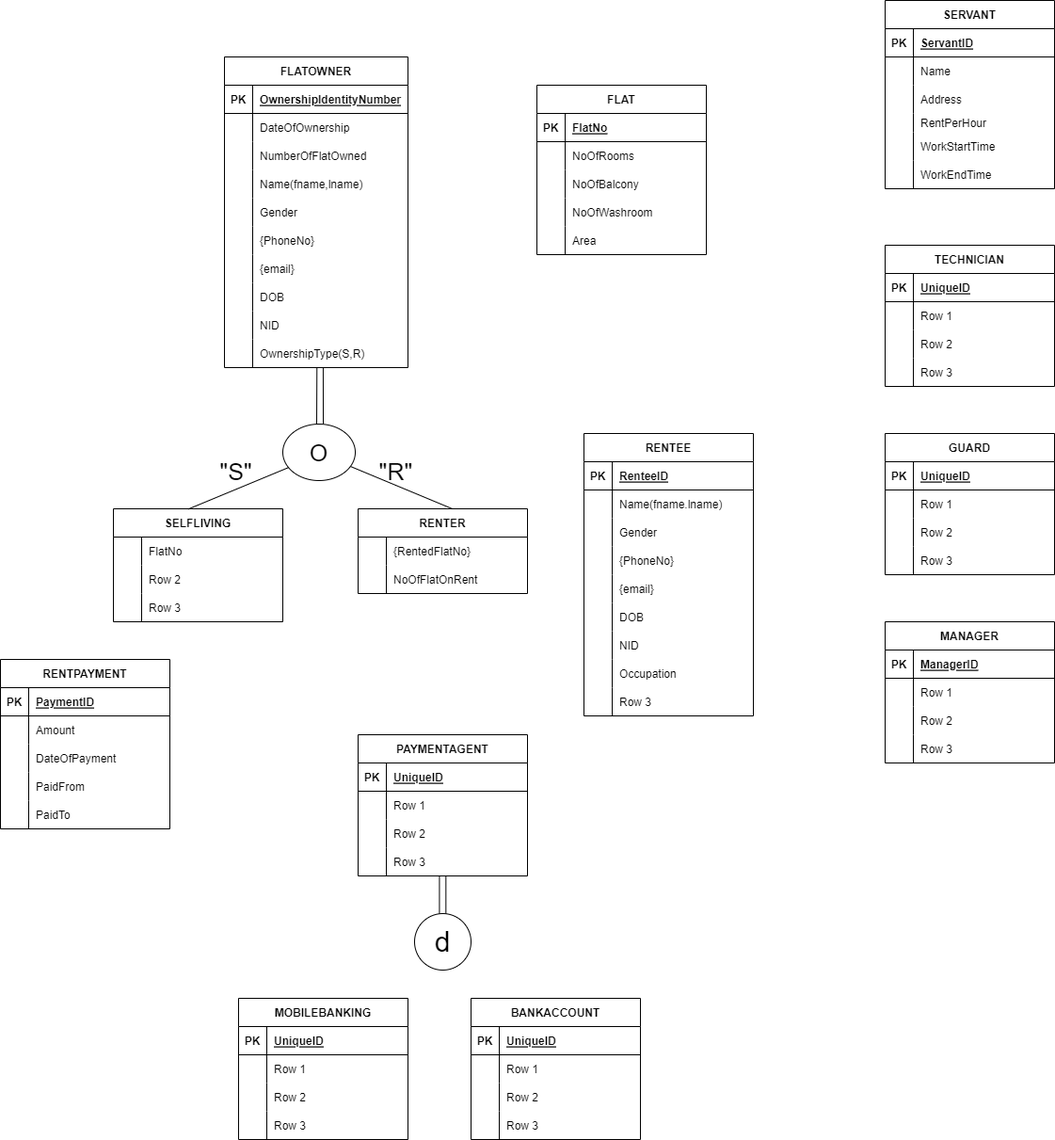
Earlier version of the draw.io export EERD.png (toushifhossain1/Residential-Management-and-Monitoring-System). Source tidied: cells renumbered, new cells last; positions are measured from the earlier drawing's top-left corner, leaving out a move shared by most shapes.
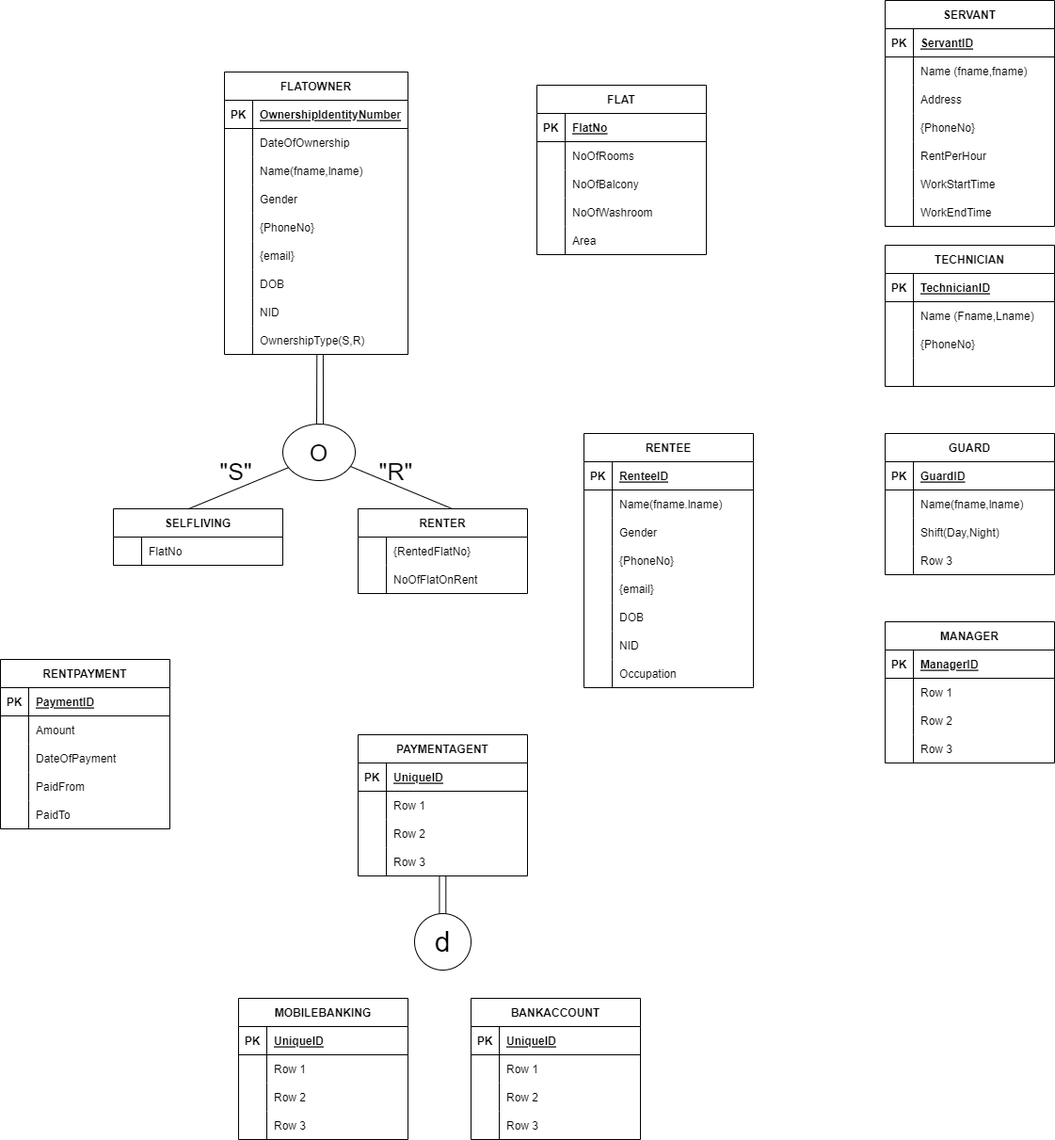
Above is the later version.

What changed in the source:
```diff
@@ -113,3 +113,3 @@
     <mxCell id="38" value="RENTEE" style="shape=table;startSize=30;rowLines=0;fontStyle=1;align=center;" parent="1" vertex="1">
-      <mxGeometry x="620" y="460" width="180" height="300" as="geometry" />
+      <mxGeometry x="620" y="460" width="180" height="270" as="geometry" />
     </mxCell>
@@ -187,13 +187,4 @@
     </mxCell>
-    <mxCell id="63" style="shape=tableRow;horizontal=0;startSize=0;swimlaneHead=0;swimlaneBody=0;fillColor=none;top=0;left=0;right=0;bottom=0;" parent="38" vertex="1">
-      <mxGeometry y="270" width="180" height="30" as="geometry" />
-    </mxCell>
-    <mxCell id="64" style="shape=partialRectangle;fillColor=none;top=0;left=0;bottom=0;right=0;overflow=hidden;" parent="63" vertex="1">
-      <mxGeometry width="30" height="30" as="geometry" />
-    </mxCell>
-    <mxCell id="65" value="Row 3" style="shape=partialRectangle;fillColor=none;top=0;left=0;bottom=0;right=0;align=left;spacingLeft=6;overflow=hidden;" parent="63" vertex="1">
-      <mxGeometry x="30" width="150" height="30" as="geometry" />
-    </mxCell>
     <mxCell id="66" value="SERVANT" style="shape=table;startSize=30;rowLines=0;fontStyle=1;align=center;" parent="1" vertex="1">
-      <mxGeometry x="940" width="180" height="200" as="geometry" />
+      <mxGeometry x="940" width="180" height="240" as="geometry" />
     </mxCell>
@@ -214,3 +205,3 @@
     </mxCell>
-    <mxCell id="72" value="Name" style="shape=partialRectangle;fillColor=none;top=0;left=0;bottom=0;right=0;align=left;spacingLeft=6;overflow=hidden;" parent="70" vertex="1">
+    <mxCell id="72" value="Name (fname,fname)" style="shape=partialRectangle;fillColor=none;top=0;left=0;bottom=0;right=0;align=left;spacingLeft=6;overflow=hidden;" parent="70" vertex="1">
       <mxGeometry x="30" width="150" height="30" as="geometry" />
@@ -226,13 +217,22 @@
     </mxCell>
-    <mxCell id="76" style="shape=tableRow;horizontal=0;startSize=0;swimlaneHead=0;swimlaneBody=0;fillColor=none;top=0;left=0;right=0;bottom=0;" parent="66" vertex="1">
-      <mxGeometry y="120" width="180" height="20" as="geometry" />
-    </mxCell>
-    <mxCell id="77" style="shape=partialRectangle;fillColor=none;top=0;left=0;bottom=0;right=0;overflow=hidden;" parent="76" vertex="1">
-      <mxGeometry width="30" height="20" as="geometry" />
-    </mxCell>
+    <mxCell id="217" style="shape=tableRow;horizontal=0;startSize=0;swimlaneHead=0;swimlaneBody=0;fillColor=none;top=0;left=0;right=0;bottom=0;" parent="66" vertex="1">
+      <mxGeometry y="120" width="180" height="30" as="geometry" />
+    </mxCell>
+    <mxCell id="218" style="shape=partialRectangle;fillColor=none;top=0;left=0;bottom=0;right=0;overflow=hidden;" parent="217" vertex="1">
+      <mxGeometry width="30" height="30" as="geometry" />
+    </mxCell>
+    <mxCell id="219" value="{PhoneNo}" style="shape=partialRectangle;fillColor=none;top=0;left=0;bottom=0;right=0;align=left;spacingLeft=6;overflow=hidden;" parent="217" vertex="1">
+      <mxGeometry x="30" width="150" height="30" as="geometry" />
+    </mxCell>
+    <mxCell id="220" style="shape=tableRow;horizontal=0;startSize=0;swimlaneHead=0;swimlaneBody=0;fillColor=none;top=0;left=0;right=0;bottom=0;" parent="66" vertex="1">
+      <mxGeometry y="150" width="180" height="30" as="geometry" />
+    </mxCell>
+    <mxCell id="221" style="shape=partialRectangle;fillColor=none;top=0;left=0;bottom=0;right=0;overflow=hidden;" parent="220" vertex="1">
+      <mxGeometry width="30" height="30" as="geometry" />
+    </mxCell>
-    <mxCell id="78" value="RentPerHour" style="shape=partialRectangle;fillColor=none;top=0;left=0;bottom=0;right=0;align=left;spacingLeft=6;overflow=hidden;" parent="76" vertex="1">
-      <mxGeometry x="30" width="150" height="20" as="geometry" />
+    <mxCell id="78" value="RentPerHour" style="shape=partialRectangle;fillColor=none;top=0;left=0;bottom=0;right=0;align=left;spacingLeft=6;overflow=hidden;" parent="220" vertex="1">
+      <mxGeometry x="30" width="150" height="30" as="geometry" />
     </mxCell>
     <mxCell id="79" style="shape=tableRow;horizontal=0;startSize=0;swimlaneHead=0;swimlaneBody=0;fillColor=none;top=0;left=0;right=0;bottom=0;" parent="66" vertex="1">
-      <mxGeometry y="140" width="180" height="30" as="geometry" />
+      <mxGeometry y="180" width="180" height="30" as="geometry" />
     </mxCell>
@@ -245,3 +245,3 @@
     <mxCell id="82" style="shape=tableRow;horizontal=0;startSize=0;swimlaneHead=0;swimlaneBody=0;fillColor=none;top=0;left=0;right=0;bottom=0;" parent="66" vertex="1">
-      <mxGeometry y="170" width="180" height="30" as="geometry" />
+      <mxGeometry y="210" width="180" height="30" as="geometry" />
     </mxCell>
@@ -254,3 +254,3 @@
     <mxCell id="85" value="FLATOWNER" style="shape=table;startSize=30;rowLines=0;fontStyle=1;align=center;" parent="1" vertex="1">
-      <mxGeometry x="238" y="60" width="195" height="330" as="geometry" />
+      <mxGeometry x="238" y="76" width="195" height="300" as="geometry" />
     </mxCell>
@@ -274,13 +274,4 @@
     </mxCell>
-    <mxCell id="92" style="shape=tableRow;horizontal=0;startSize=0;swimlaneHead=0;swimlaneBody=0;fillColor=none;top=0;left=0;right=0;bottom=0;" parent="85" vertex="1">
-      <mxGeometry y="90" width="195" height="30" as="geometry" />
-    </mxCell>
-    <mxCell id="93" style="shape=partialRectangle;fillColor=none;top=0;left=0;bottom=0;right=0;overflow=hidden;" parent="92" vertex="1">
-      <mxGeometry width="30" height="30" as="geometry" />
-    </mxCell>
-    <mxCell id="94" value="NumberOfFlatOwned" style="shape=partialRectangle;fillColor=none;top=0;left=0;bottom=0;right=0;align=left;spacingLeft=6;overflow=hidden;" parent="92" vertex="1">
-      <mxGeometry x="30" width="165" height="30" as="geometry" />
-    </mxCell>
     <mxCell id="95" style="shape=tableRow;horizontal=0;startSize=0;swimlaneHead=0;swimlaneBody=0;fillColor=none;top=0;left=0;right=0;bottom=0;" parent="85" vertex="1">
-      <mxGeometry y="120" width="195" height="30" as="geometry" />
+      <mxGeometry y="90" width="195" height="30" as="geometry" />
     </mxCell>
@@ -293,3 +284,3 @@
     <mxCell id="98" style="shape=tableRow;horizontal=0;startSize=0;swimlaneHead=0;swimlaneBody=0;fillColor=none;top=0;left=0;right=0;bottom=0;" parent="85" vertex="1">
-      <mxGeometry y="150" width="195" height="30" as="geometry" />
+      <mxGeometry y="120" width="195" height="30" as="geometry" />
     </mxCell>
@@ -302,3 +293,3 @@
     <mxCell id="101" style="shape=tableRow;horizontal=0;startSize=0;swimlaneHead=0;swimlaneBody=0;fillColor=none;top=0;left=0;right=0;bottom=0;" parent="85" vertex="1">
-      <mxGeometry y="180" width="195" height="30" as="geometry" />
+      <mxGeometry y="150" width="195" height="30" as="geometry" />
     </mxCell>
@@ -311,3 +302,3 @@
     <mxCell id="104" style="shape=tableRow;horizontal=0;startSize=0;swimlaneHead=0;swimlaneBody=0;fillColor=none;top=0;left=0;right=0;bottom=0;" parent="85" vertex="1">
-      <mxGeometry y="210" width="195" height="30" as="geometry" />
+      <mxGeometry y="180" width="195" height="30" as="geometry" />
     </mxCell>
@@ -320,3 +311,3 @@
     <mxCell id="107" style="shape=tableRow;horizontal=0;startSize=0;swimlaneHead=0;swimlaneBody=0;fillColor=none;top=0;left=0;right=0;bottom=0;" parent="85" vertex="1">
-      <mxGeometry y="240" width="195" height="30" as="geometry" />
+      <mxGeometry y="210" width="195" height="30" as="geometry" />
     </mxCell>
@@ -329,3 +320,3 @@
     <mxCell id="110" style="shape=tableRow;horizontal=0;startSize=0;swimlaneHead=0;swimlaneBody=0;fillColor=none;top=0;left=0;right=0;bottom=0;" parent="85" vertex="1">
-      <mxGeometry y="270" width="195" height="30" as="geometry" />
+      <mxGeometry y="240" width="195" height="30" as="geometry" />
     </mxCell>
@@ -338,3 +329,3 @@
     <mxCell id="113" style="shape=tableRow;horizontal=0;startSize=0;swimlaneHead=0;swimlaneBody=0;fillColor=none;points=[[0,0.5],[1,0.5]];portConstraint=eastwest;top=0;left=0;right=0;bottom=0;" parent="85" vertex="1">
-      <mxGeometry y="300" width="195" height="30" as="geometry" />
+      <mxGeometry y="270" width="195" height="30" as="geometry" />
     </mxCell>
@@ -347,3 +338,3 @@
     <mxCell id="116" value="SELFLIVING" style="shape=table;startSize=30;rowLines=0;fontStyle=1;align=center;" parent="1" vertex="1">
-      <mxGeometry x="120" y="540" width="180" height="120" as="geometry" />
+      <mxGeometry x="120" y="540" width="180" height="60" as="geometry" />
     </mxCell>
@@ -358,20 +349,2 @@
     </mxCell>
-    <mxCell id="120" style="shape=tableRow;horizontal=0;startSize=0;swimlaneHead=0;swimlaneBody=0;fillColor=none;top=0;left=0;right=0;bottom=0;" parent="116" vertex="1">
-      <mxGeometry y="60" width="180" height="30" as="geometry" />
-    </mxCell>
-    <mxCell id="121" style="shape=partialRectangle;fillColor=none;top=0;left=0;bottom=0;right=0;overflow=hidden;" parent="120" vertex="1">
-      <mxGeometry width="30" height="30" as="geometry" />
-    </mxCell>
-    <mxCell id="122" value="Row 2" style="shape=partialRectangle;fillColor=none;top=0;left=0;bottom=0;right=0;align=left;spacingLeft=6;overflow=hidden;" parent="120" vertex="1">
-      <mxGeometry x="30" width="150" height="30" as="geometry" />
-    </mxCell>
-    <mxCell id="123" style="shape=tableRow;horizontal=0;startSize=0;swimlaneHead=0;swimlaneBody=0;fillColor=none;top=0;left=0;right=0;bottom=0;" parent="116" vertex="1">
-      <mxGeometry y="90" width="180" height="30" as="geometry" />
-    </mxCell>
-    <mxCell id="124" style="shape=partialRectangle;fillColor=none;top=0;left=0;bottom=0;right=0;overflow=hidden;" parent="123" vertex="1">
-      <mxGeometry width="30" height="30" as="geometry" />
-    </mxCell>
-    <mxCell id="125" value="Row 3" style="shape=partialRectangle;fillColor=none;top=0;left=0;bottom=0;right=0;align=left;spacingLeft=6;overflow=hidden;" parent="123" vertex="1">
-      <mxGeometry x="30" width="150" height="30" as="geometry" />
-    </mxCell>
     <mxCell id="126" style="endArrow=none;html=1;rounded=0;exitX=0.538;exitY=0.998;exitDx=0;exitDy=0;exitPerimeter=0;" parent="1" edge="1" source="113">
@@ -458,3 +431,3 @@
     </mxCell>
-    <mxCell id="152" value="UniqueID" style="shape=partialRectangle;fillColor=none;top=0;left=0;bottom=0;right=0;align=left;spacingLeft=6;fontStyle=5;overflow=hidden;fontSize=12;" parent="150" vertex="1">
+    <mxCell id="152" value="TechnicianID" style="shape=partialRectangle;fillColor=none;top=0;left=0;bottom=0;right=0;align=left;spacingLeft=6;fontStyle=5;overflow=hidden;fontSize=12;" parent="150" vertex="1">
       <mxGeometry x="30" width="150" height="30" as="geometry" />
@@ -467,3 +440,3 @@
     </mxCell>
-    <mxCell id="155" value="Row 1" style="shape=partialRectangle;fillColor=none;top=0;left=0;bottom=0;right=0;align=left;spacingLeft=6;overflow=hidden;fontSize=12;" parent="153" vertex="1">
+    <mxCell id="155" value="Name (Fname,Lname)" style="shape=partialRectangle;fillColor=none;top=0;left=0;bottom=0;right=0;align=left;spacingLeft=6;overflow=hidden;fontSize=12;" parent="153" vertex="1">
       <mxGeometry x="30" width="150" height="30" as="geometry" />
@@ -476,3 +449,3 @@
     </mxCell>
-    <mxCell id="158" value="Row 2" style="shape=partialRectangle;fillColor=none;top=0;left=0;bottom=0;right=0;align=left;spacingLeft=6;overflow=hidden;fontSize=12;" parent="156" vertex="1">
+    <mxCell id="158" value="{PhoneNo}" style="shape=partialRectangle;fillColor=none;top=0;left=0;bottom=0;right=0;align=left;spacingLeft=6;overflow=hidden;fontSize=12;" parent="156" vertex="1">
       <mxGeometry x="30" width="150" height="30" as="geometry" />
@@ -485,3 +458,3 @@
     </mxCell>
-    <mxCell id="161" value="Row 3" style="shape=partialRectangle;fillColor=none;top=0;left=0;bottom=0;right=0;align=left;spacingLeft=6;overflow=hidden;fontSize=12;" parent="159" vertex="1">
+    <mxCell id="161" style="shape=partialRectangle;fillColor=none;top=0;left=0;bottom=0;right=0;align=left;spacingLeft=6;overflow=hidden;fontSize=12;" parent="159" vertex="1">
       <mxGeometry x="30" width="150" height="30" as="geometry" />
@@ -497,3 +470,3 @@
     </mxCell>
-    <mxCell id="165" value="UniqueID" style="shape=partialRectangle;fillColor=none;top=0;left=0;bottom=0;right=0;align=left;spacingLeft=6;fontStyle=5;overflow=hidden;fontSize=12;" parent="163" vertex="1">
+    <mxCell id="165" value="GuardID" style="shape=partialRectangle;fillColor=none;top=0;left=0;bottom=0;right=0;align=left;spacingLeft=6;fontStyle=5;overflow=hidden;fontSize=12;" parent="163" vertex="1">
       <mxGeometry x="30" width="150" height="30" as="geometry" />
@@ -506,3 +479,3 @@
     </mxCell>
-    <mxCell id="168" value="Row 1" style="shape=partialRectangle;fillColor=none;top=0;left=0;bottom=0;right=0;align=left;spacingLeft=6;overflow=hidden;fontSize=12;" parent="166" vertex="1">
+    <mxCell id="168" value="Name(fname,lname)" style="shape=partialRectangle;fillColor=none;top=0;left=0;bottom=0;right=0;align=left;spacingLeft=6;overflow=hidden;fontSize=12;" parent="166" vertex="1">
       <mxGeometry x="30" width="150" height="30" as="geometry" />
@@ -515,3 +488,3 @@
     </mxCell>
-    <mxCell id="171" value="Row 2" style="shape=partialRectangle;fillColor=none;top=0;left=0;bottom=0;right=0;align=left;spacingLeft=6;overflow=hidden;fontSize=12;" parent="169" vertex="1">
+    <mxCell id="171" value="Shift(Day,Night)" style="shape=partialRectangle;fillColor=none;top=0;left=0;bottom=0;right=0;align=left;spacingLeft=6;overflow=hidden;fontSize=12;" parent="169" vertex="1">
       <mxGeometry x="30" width="150" height="30" as="geometry" />
```
